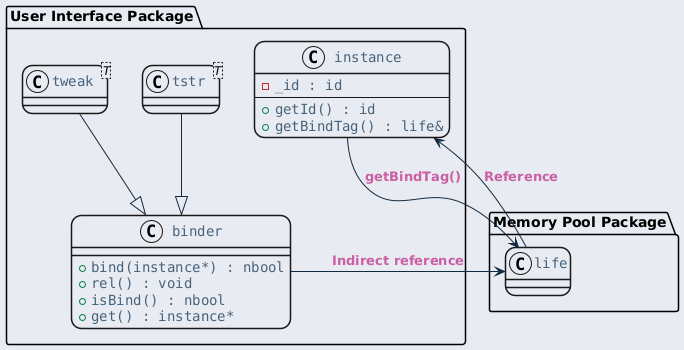
This is ref/generated/ko/inline_umlgraph_10.png from byeolang/website, a PlantUML export, as it was before one commit.
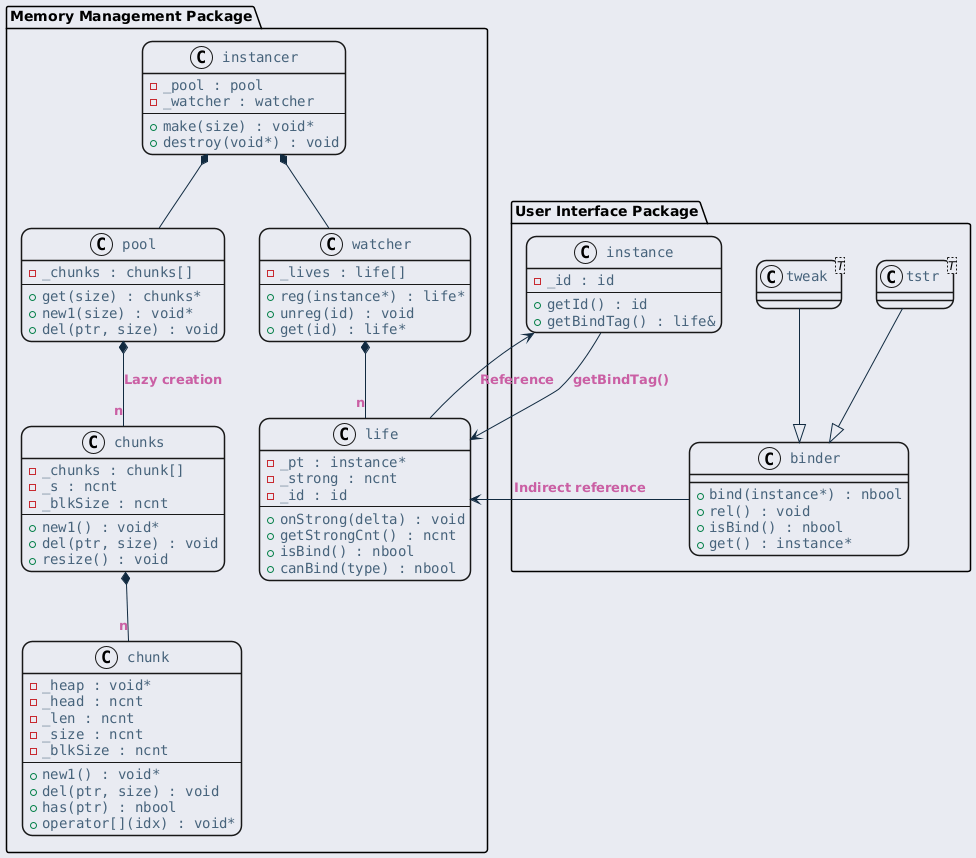
Later version of the same file.

Diff of the diagram source:
```diff
@@ -23,6 +23,66 @@
     }
 }
 </style>
+package "Memory Management Package" {
+    class "instancer" as instancer {
+        - _pool : pool
+        - _watcher : watcher
+        ---
+        + make(size) : void*
+        + destroy(void*) : void
+    }
+
+    class "pool" as pool {
+        - _chunks : chunks[]
+        ---
+        + get(size) : chunks*
+        + new1(size) : void*
+        + del(ptr, size) : void
+    }
+
+    class "chunks" as chunks {
+        - _chunks : chunk[]
+        - _s : ncnt
+        - _blkSize : ncnt
+        ---
+        + new1() : void*
+        + del(ptr, size) : void
+        + resize() : void
+    }
+
+    class "chunk" as chunk {
+        - _heap : void*
+        - _head : ncnt
+        - _len : ncnt
+        - _size : ncnt
+        - _blkSize : ncnt
+        ---
+        + new1() : void*
+        + del(ptr, size) : void
+        + has(ptr) : nbool
+        + operator[](idx) : void*
+    }
+
+    class "watcher" as watcher {
+        - _lives : life[]
+        ---
+        + reg(instance*) : life*
+        + unreg(id) : void
+        + get(id) : life*
+    }
+
+    class "life" as life {
+        - _pt : instance*
+        - _strong : ncnt
+        - _id : id
+        ---
+        + onStrong(delta) : void
+        + getStrongCnt() : ncnt
+        + isBind() : nbool
+        + canBind(type) : nbool
+    }
+}
+
 package "User Interface Package" {
     class "instance" as instance {
         - _id : id
@@ -42,10 +102,11 @@
     class "tweak<T>" as tweak
 }
 
-package "Memory Pool Package" {
-  class life {}
-}
-
+instancer *-- pool
+instancer *-- watcher
+pool *-- "n" chunks : Lazy creation
+chunks *-- "n" chunk
+watcher *-- "n" life
 life --> instance : Reference
 
 binder --> life : Indirect reference
```
